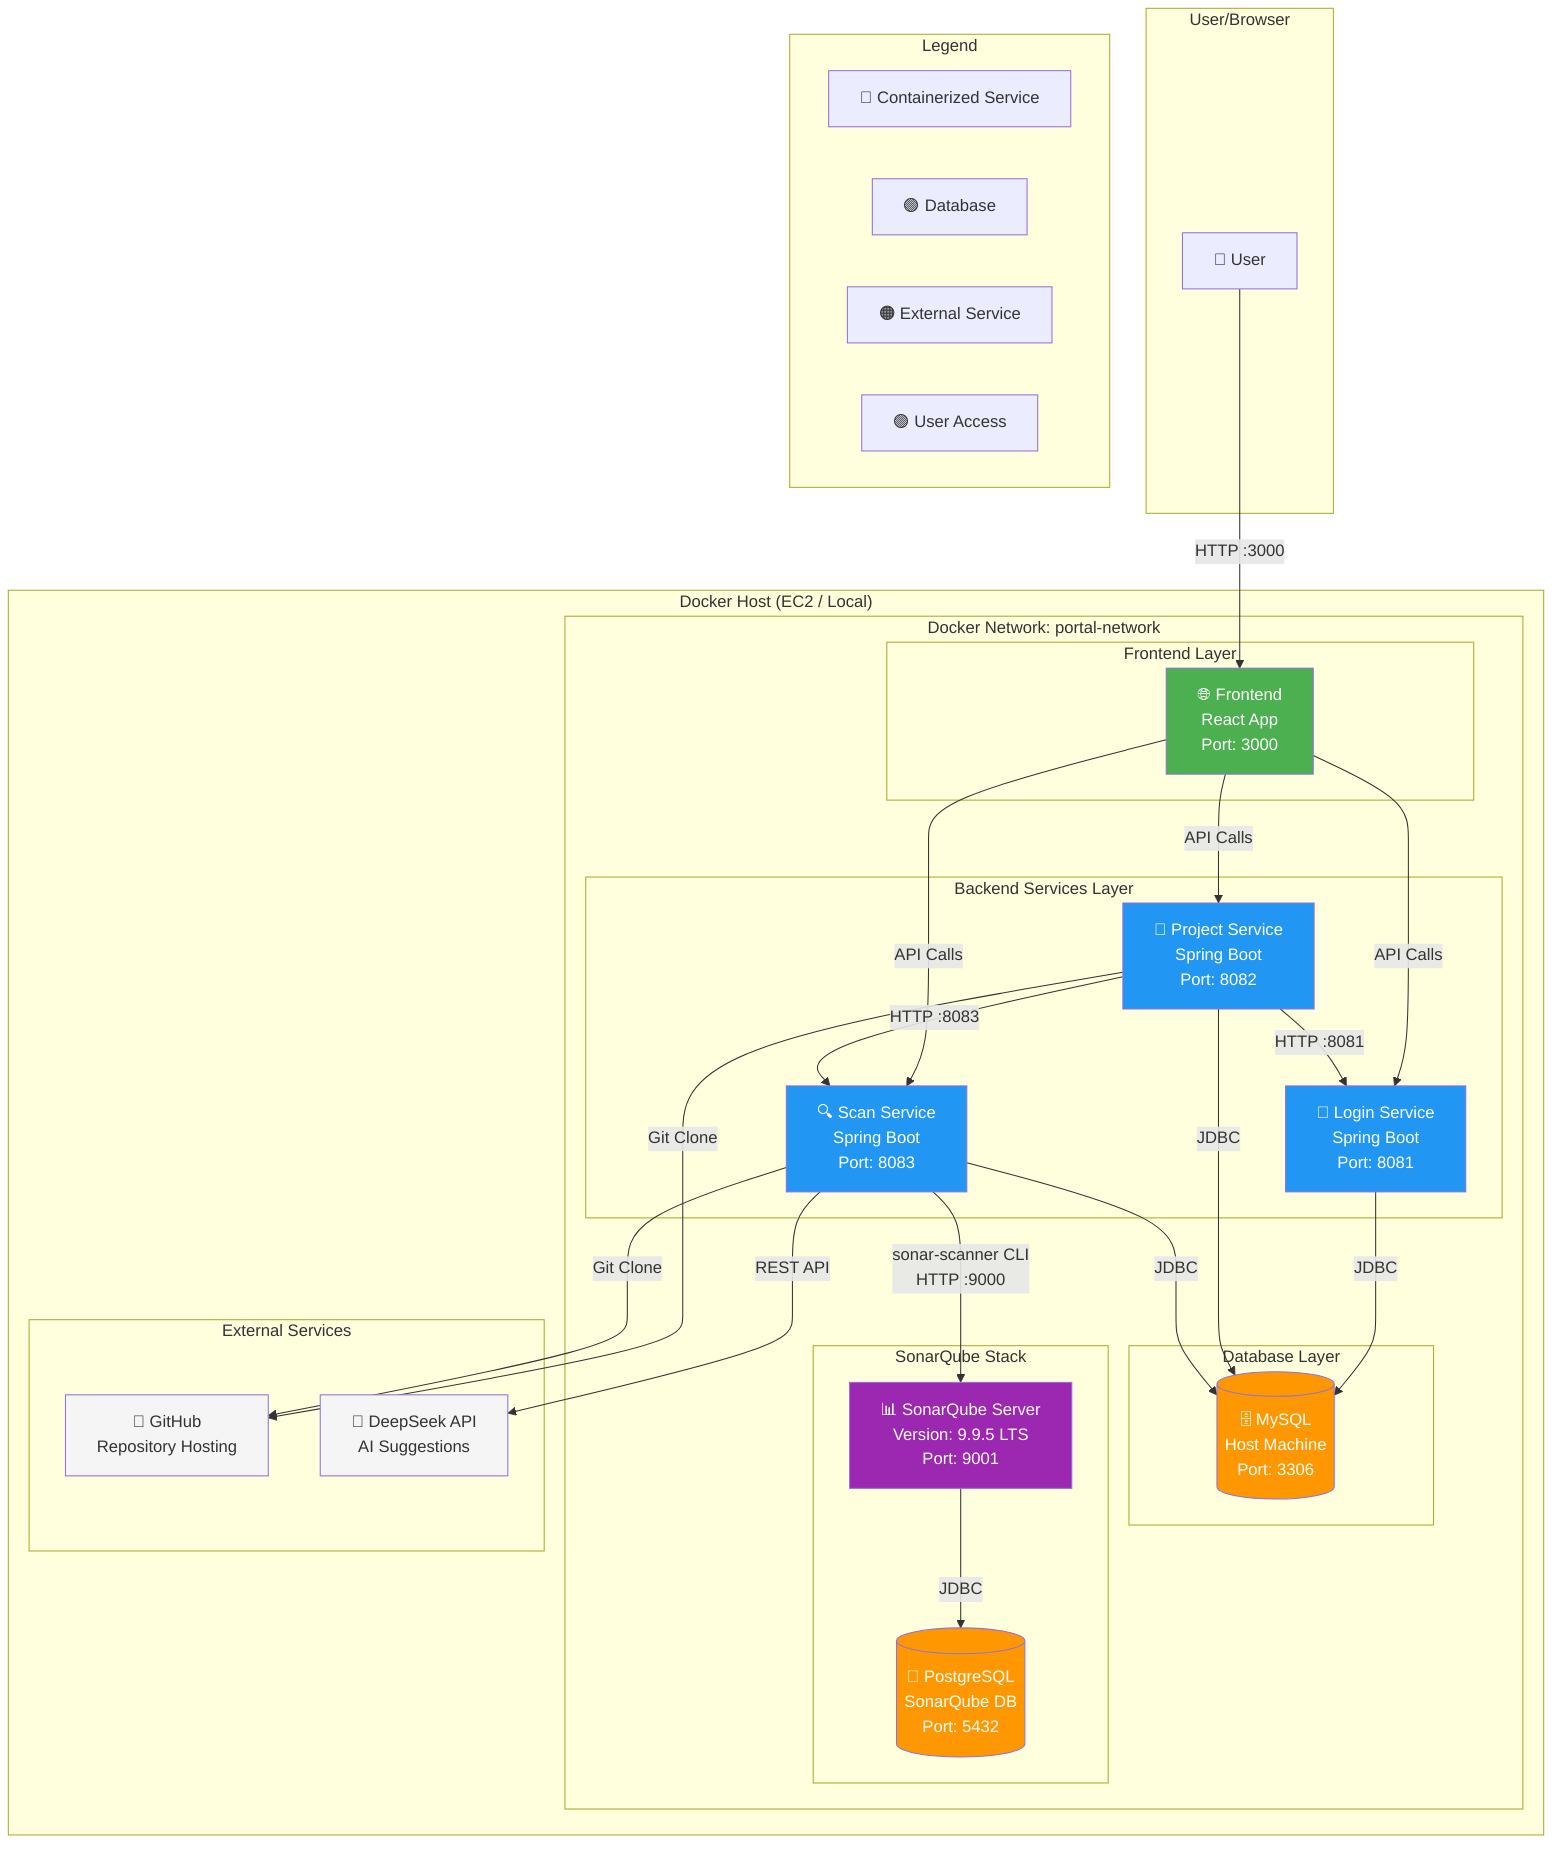
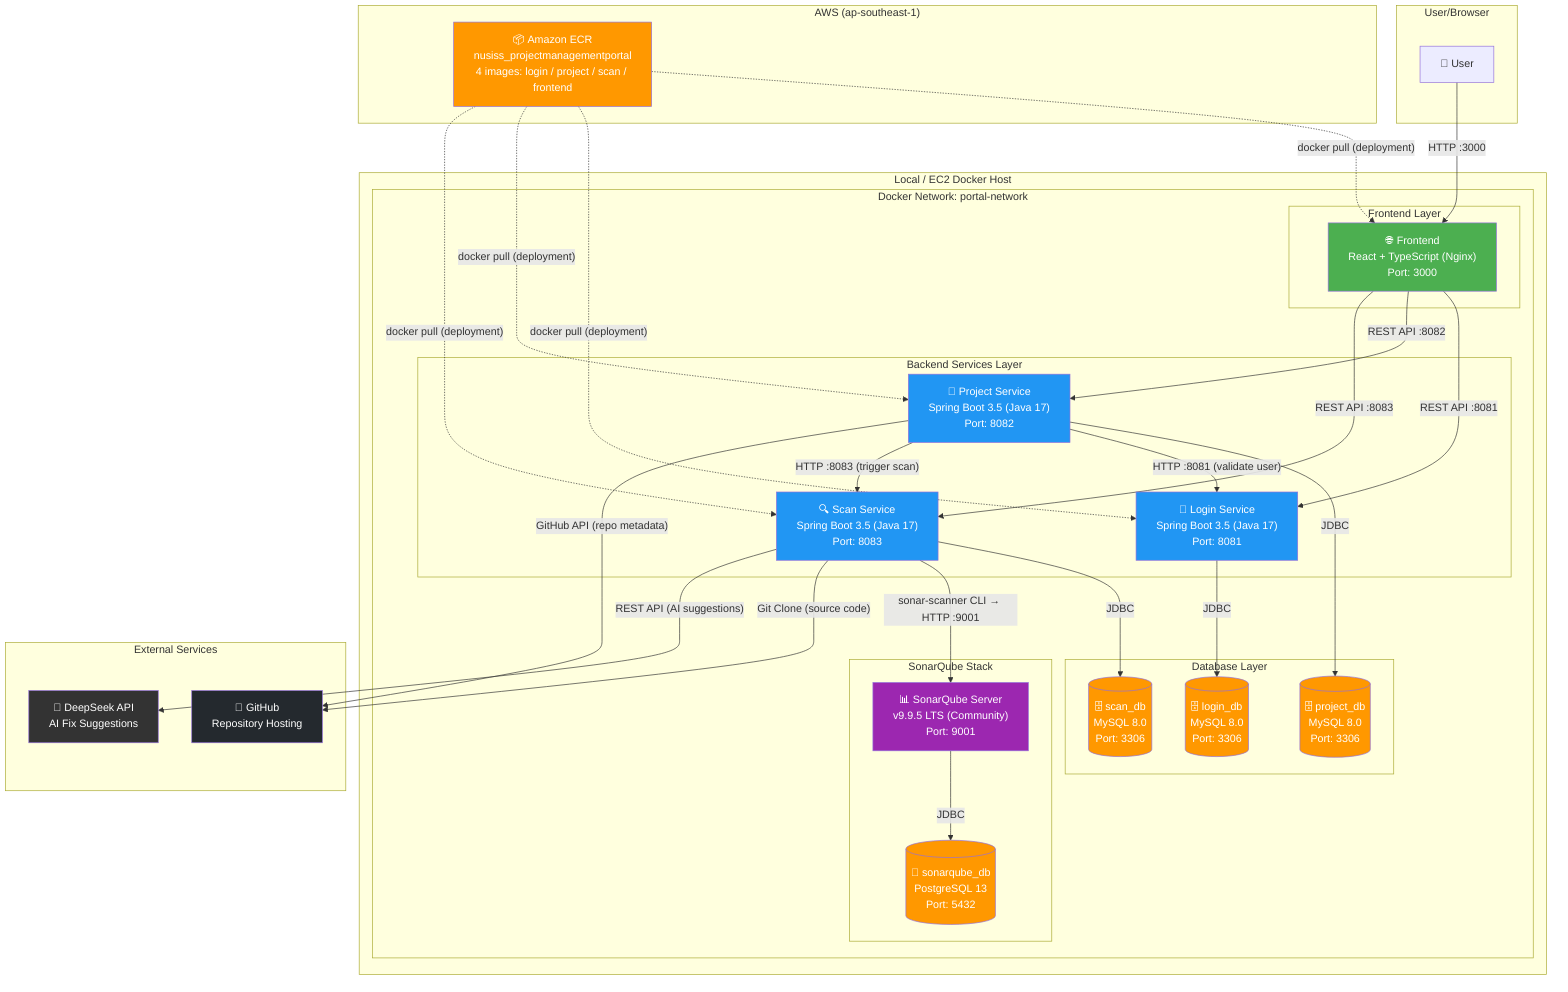
graph TB
    subgraph "User/Browser"
        User[👤 User]
    end

-     subgraph "Docker Host (EC2 / Local)"
+     subgraph "Local / EC2 Docker Host"

        subgraph "Docker Network: portal-network"

            subgraph "Frontend Layer"
-                 FE[🌐 Frontend<br/>React App<br/>Port: 3000]
+                 FE["🌐 Frontend
+ React + TypeScript (Nginx)
+ Port: 3000"]
            end

            subgraph "Backend Services Layer"
-                 LS[🔐 Login Service<br/>Spring Boot<br/>Port: 8081]
-                 PS[📁 Project Service<br/>Spring Boot<br/>Port: 8082]
-                 SCS[🔍 Scan Service<br/>Spring Boot<br/>Port: 8083]
+                 LS["🔐 Login Service
+ Spring Boot 3.5 (Java 17)
+ Port: 8081"]
+                 PS["📁 Project Service
+ Spring Boot 3.5 (Java 17)
+ Port: 8082"]
+                 SCS["🔍 Scan Service
+ Spring Boot 3.5 (Java 17)
+ Port: 8083"]
            end

            subgraph "Database Layer"
-                 MySQL[(🗄️ MySQL<br/>Host Machine<br/>Port: 3306)]
+                 LDB[("🗄️ login_db
+ MySQL 8.0
+ Port: 3306")]
+                 PDB[("🗄️ project_db
+ MySQL 8.0
+ Port: 3306")]
+                 SDB[("🗄️ scan_db
+ MySQL 8.0
+ Port: 3306")]
            end

            subgraph "SonarQube Stack"
-                 SQDB[(🐘 PostgreSQL<br/>SonarQube DB<br/>Port: 5432)]
-                 SQ[📊 SonarQube Server<br/>Version: 9.9.5 LTS<br/>Port: 9001]
+                 SQDB[("🐘 sonarqube_db
+ PostgreSQL 13
+ Port: 5432")]
+                 SQ["📊 SonarQube Server
+ v9.9.5 LTS (Community)
+ Port: 9001"]
            end
+ 
        end

-         subgraph "External Services"
-             GH[🐙 GitHub<br/>Repository Hosting]
-             DS[🤖 DeepSeek API<br/>AI Suggestions]
-         end
    end

+     subgraph "External Services"
+         GH["🐙 GitHub
+ Repository Hosting"]
+         DS["🤖 DeepSeek API
+ AI Fix Suggestions"]
+     end
+ 
+     subgraph "AWS (ap-southeast-1)"
+         ECR["📦 Amazon ECR
+ nusiss_projectmanagementportal
+ 4 images: login / project / scan / frontend"]
+     end
+ 
+     %% User to Frontend
+     User -->|"HTTP :3000"| FE
+ 
    %% Frontend to Backend
-     User -->|HTTP :3000| FE
-     FE -->|API Calls| LS
-     FE -->|API Calls| PS
-     FE -->|API Calls| SCS
+     FE -->|"REST API :8081"| LS
+     FE -->|"REST API :8082"| PS
+     FE -->|"REST API :8083"| SCS

-     %% Service to Database
-     LS -->|JDBC| MySQL
-     PS -->|JDBC| MySQL
-     SCS -->|JDBC| MySQL
+     %% Services to their own DBs
+     LS -->|"JDBC"| LDB
+     PS -->|"JDBC"| PDB
+     SCS -->|"JDBC"| SDB

-     %% Service to Service Communication
-     PS -->|HTTP :8081| LS
-     PS -->|HTTP :8083| SCS
+     %% Service-to-service
+     PS -->|"HTTP :8081 (validate user)"| LS
+     PS -->|"HTTP :8083 (trigger scan)"| SCS

    %% Scan Service to SonarQube
-     SCS -->|sonar-scanner CLI<br/>HTTP :9000| SQ
-     SQ -->|JDBC| SQDB
+     SCS -->|"sonar-scanner CLI → HTTP :9001"| SQ
+     SQ -->|"JDBC"| SQDB

-     %% External Services
-     PS -->|Git Clone| GH
-     SCS -->|Git Clone| GH
-     SCS -->|REST API| DS
+     %% External integrations
+     PS -->|"GitHub API (repo metadata)"| GH
+     SCS -->|"Git Clone (source code)"| GH
+     SCS -->|"REST API (AI suggestions)"| DS

-     %% Legend
-     subgraph Legend
-         L1[🔵 Containerized Service]
-         L2[🟢 Database]
-         L3[🟠 External Service]
-         L4[🟣 User Access]
-     end
+     %% CI/CD pushes images to ECR
+     ECR -.->|"docker pull (deployment)"| FE
+     ECR -.->|"docker pull (deployment)"| LS
+     ECR -.->|"docker pull (deployment)"| PS
+     ECR -.->|"docker pull (deployment)"| SCS

+     %% Styling
+     style FE fill:#4CAF50,color:#fff
    style LS fill:#2196F3,color:#fff
    style PS fill:#2196F3,color:#fff
    style SCS fill:#2196F3,color:#fff
-     style FE fill:#4CAF50,color:#fff
-     style MySQL fill:#FF9800,color:#fff
+     style LDB fill:#FF9800,color:#fff
+     style PDB fill:#FF9800,color:#fff
+     style SDB fill:#FF9800,color:#fff
    style SQDB fill:#FF9800,color:#fff
    style SQ fill:#9C27B0,color:#fff
-     style GH fill:#f5f5f5,color:#333
-     style DS fill:#f5f5f5,color:#333+     style ECR fill:#FF9800,color:#fff
+     style GH fill:#24292e,color:#fff
+     style DS fill:#333,color:#fff
